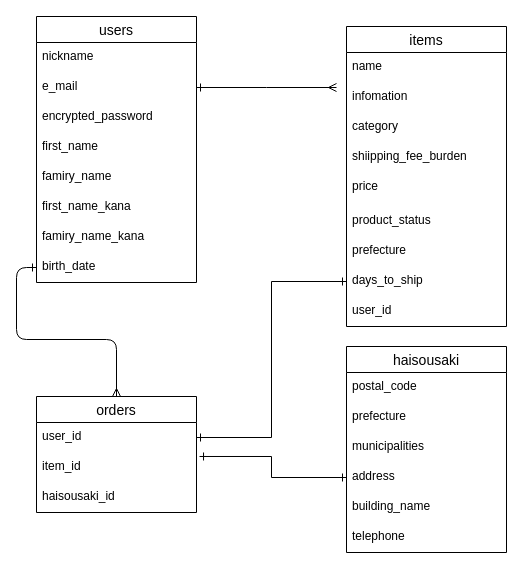
This is furima.dio from chishakiemiko/furima-28177, a draw.io file, before an edit. Source tidied: cells renumbered, new cells numbered last; positions are measured from the earlier drawing's top-left corner, leaving out a move shared by most shapes. Both pictures are drawn from the tidied source at 100%, with x=0, y=0 at pixel (36, 16).
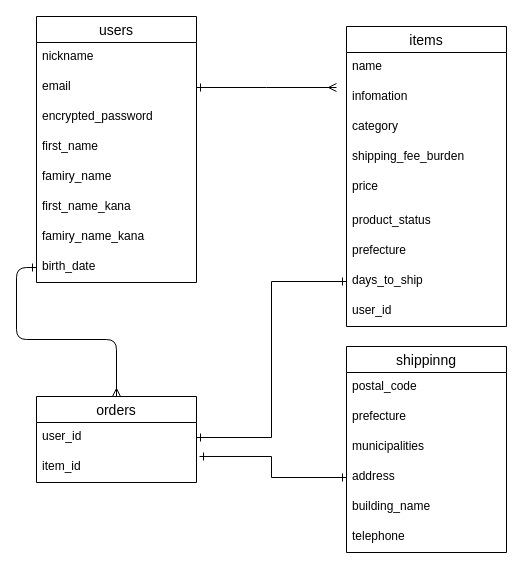
The same diagram, later.

The change refers to these unchanged cells:
```xml
<mxCell id="2" value="users" style="swimlane;fontStyle=0;horizontal=1;startSize=26;align=center;fontSize=14;" parent="1" vertex="1">
  <mxGeometry width="160" height="266" as="geometry" />
</mxCell>
<mxCell id="11" value="items" style="swimlane;fontStyle=0;horizontal=1;startSize=26;align=center;fontSize=14;" parent="1" vertex="1">
  <mxGeometry x="310" y="10" width="160" height="300" as="geometry" />
</mxCell>
```

What changed in the source:
```diff
@@
-    <mxCell id="4" value="e_mail" style="text;strokeColor=none;fillColor=none;spacingLeft=4;spacingRight=4;overflow=hidden;points=[[0,0.5],[1,0.5]];portConstraint=eastwest;fontSize=12;" parent="2" vertex="1">
+    <mxCell id="4" value="email" style="text;strokeColor=none;fillColor=none;spacingLeft=4;spacingRight=4;overflow=hidden;points=[[0,0.5],[1,0.5]];portConstraint=eastwest;fontSize=12;" parent="2" vertex="1">
       <mxGeometry y="56" width="160" height="30" as="geometry" />
     </mxCell>
@@
-    <mxCell id="15" value="shiipping_fee_burden" style="text;strokeColor=none;fillColor=none;spacingLeft=4;spacingRight=4;overflow=hidden;fontSize=12;" parent="11" vertex="1">
+    <mxCell id="15" value="shipping_fee_burden" style="text;strokeColor=none;fillColor=none;spacingLeft=4;spacingRight=4;overflow=hidden;fontSize=12;" parent="11" vertex="1">
       <mxGeometry y="116" width="160" height="30" as="geometry" />
     </mxCell>
@@
-    <mxCell id="21" value="haisousaki" style="swimlane;fontStyle=0;horizontal=1;startSize=26;align=center;fontSize=14;" parent="1" vertex="1">
+    <mxCell id="21" value="shippinng" style="swimlane;fontStyle=0;horizontal=1;startSize=26;align=center;fontSize=14;" parent="1" vertex="1">
       <mxGeometry x="310" y="330" width="160" height="206" as="geometry" />
     </mxCell>
@@
     <mxCell id="29" value="orders" style="swimlane;fontStyle=0;horizontal=1;startSize=26;align=center;fontSize=14;" parent="1" vertex="1">
-      <mxGeometry y="380" width="160" height="116" as="geometry" />
+      <mxGeometry y="380" width="160" height="86" as="geometry" />
     </mxCell>
@@
-    <mxCell id="32" value="haisousaki_id" style="text;strokeColor=none;fillColor=none;spacingLeft=4;spacingRight=4;overflow=hidden;fontSize=12;" parent="29" vertex="1">
-      <mxGeometry y="86" width="160" height="30" as="geometry" />
-    </mxCell>
```
